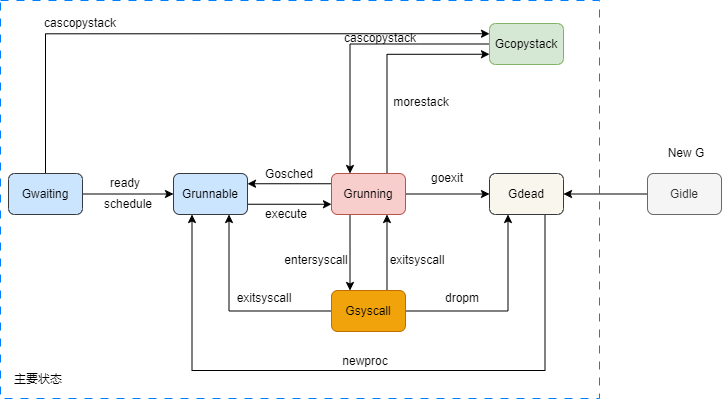
Earlier version of the draw.io export go/goroutine状态机.drawio.png (xmopen/drawio). Source tidied: cells renumbered, new cells last; positions are measured from the earlier drawing's top-left corner, leaving out a move shared by most shapes.
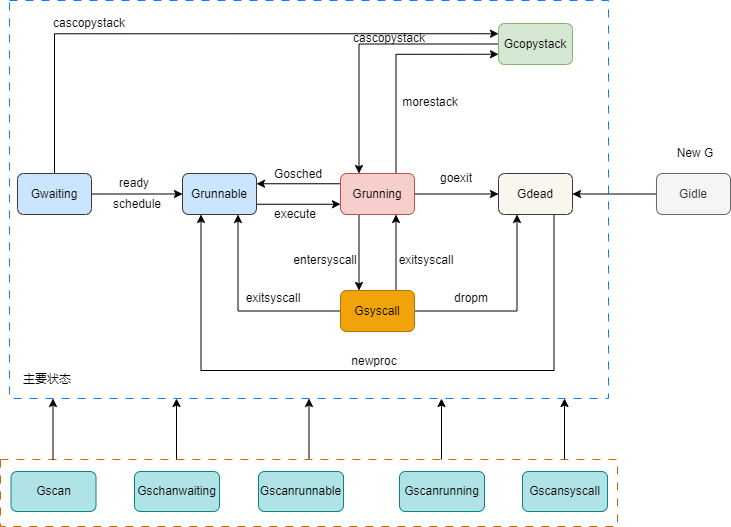
The same file after the commit.

Commit message:
更新goroutine状态机.drawio.png

The edit, as a diff of the source:
```diff
@@ -2,6 +2,12 @@
   <root>
     <mxCell id="0" />
     <mxCell id="1" parent="0" />
+    <mxCell id="38" style="edgeStyle=orthogonalEdgeStyle;rounded=0;jettySize=auto;html=1;entryX=0.5;entryY=1;entryDx=0;entryDy=0;" parent="1" edge="1" source="39" target="2">
+      <mxGeometry relative="1" as="geometry" />
+    </mxCell>
+    <mxCell id="39" style="rounded=0;whiteSpace=wrap;html=1;dashed=1;dashPattern=8 8;strokeColor=#CC6600;" parent="1" vertex="1">
+      <mxGeometry x="-9" y="459" width="617" height="67" as="geometry" />
+    </mxCell>
     <mxCell id="2" style="rounded=0;whiteSpace=wrap;html=1;dashed=1;dashPattern=8 8;strokeColor=#007FFF;" parent="1" vertex="1">
       <mxGeometry width="599" height="398" as="geometry" />
     </mxCell>
@@ -119,5 +125,44 @@
     <mxCell id="37" value="主要状态" style="text;html=1;strokeColor=none;fillColor=none;align=center;verticalAlign=middle;whiteSpace=wrap;rounded=0;" parent="1" vertex="1">
       <mxGeometry x="8" y="364" width="60" height="30" as="geometry" />
     </mxCell>
+    <mxCell id="40" value="Gschanwaiting" style="rounded=1;whiteSpace=wrap;html=1;fillColor=#b0e3e6;strokeColor=#0e8088;" parent="1" vertex="1">
+      <mxGeometry x="125" y="471" width="85" height="40" as="geometry" />
+    </mxCell>
+    <mxCell id="41" value="Gscanrunnable" style="rounded=1;whiteSpace=wrap;html=1;fillColor=#b0e3e6;strokeColor=#0e8088;" parent="1" vertex="1">
+      <mxGeometry x="249" y="471" width="85" height="40" as="geometry" />
+    </mxCell>
+    <mxCell id="42" value="Gscanrunning" style="rounded=1;whiteSpace=wrap;html=1;fillColor=#b0e3e6;strokeColor=#0e8088;" parent="1" vertex="1">
+      <mxGeometry x="390" y="471" width="85" height="40" as="geometry" />
+    </mxCell>
+    <mxCell id="43" value="Gscansyscall" style="rounded=1;whiteSpace=wrap;html=1;fillColor=#b0e3e6;strokeColor=#0e8088;" parent="1" vertex="1">
+      <mxGeometry x="513" y="471" width="85" height="40" as="geometry" />
+    </mxCell>
+    <mxCell id="44" value="Gscan" style="rounded=1;whiteSpace=wrap;html=1;fillColor=#b0e3e6;strokeColor=#0e8088;" parent="1" vertex="1">
+      <mxGeometry x="1.5" y="471" width="85" height="40" as="geometry" />
+    </mxCell>
+    <mxCell id="45" style="edgeStyle=orthogonalEdgeStyle;rounded=0;orthogonalLoop=1;jettySize=auto;html=1;entryX=0.5;entryY=1;entryDx=0;entryDy=0;" parent="1" edge="1">
+      <mxGeometry relative="1" as="geometry">
+        <mxPoint x="432" y="459" as="sourcePoint" />
+        <mxPoint x="432" y="398" as="targetPoint" />
+      </mxGeometry>
+    </mxCell>
+    <mxCell id="46" style="edgeStyle=orthogonalEdgeStyle;rounded=0;orthogonalLoop=1;jettySize=auto;html=1;entryX=0.5;entryY=1;entryDx=0;entryDy=0;" parent="1" edge="1">
+      <mxGeometry relative="1" as="geometry">
+        <mxPoint x="167" y="459" as="sourcePoint" />
+        <mxPoint x="167" y="398" as="targetPoint" />
+      </mxGeometry>
+    </mxCell>
+    <mxCell id="47" style="edgeStyle=orthogonalEdgeStyle;rounded=0;orthogonalLoop=1;jettySize=auto;html=1;entryX=0.5;entryY=1;entryDx=0;entryDy=0;" parent="1" edge="1">
+      <mxGeometry relative="1" as="geometry">
+        <mxPoint x="555" y="459" as="sourcePoint" />
+        <mxPoint x="555" y="398" as="targetPoint" />
+      </mxGeometry>
+    </mxCell>
+    <mxCell id="48" style="edgeStyle=orthogonalEdgeStyle;rounded=0;orthogonalLoop=1;jettySize=auto;html=1;entryX=0.5;entryY=1;entryDx=0;entryDy=0;" parent="1" edge="1">
+      <mxGeometry relative="1" as="geometry">
+        <mxPoint x="43.5" y="459" as="sourcePoint" />
+        <mxPoint x="43.5" y="398" as="targetPoint" />
+      </mxGeometry>
+    </mxCell>
   </root>
 </mxGraphModel>
```
